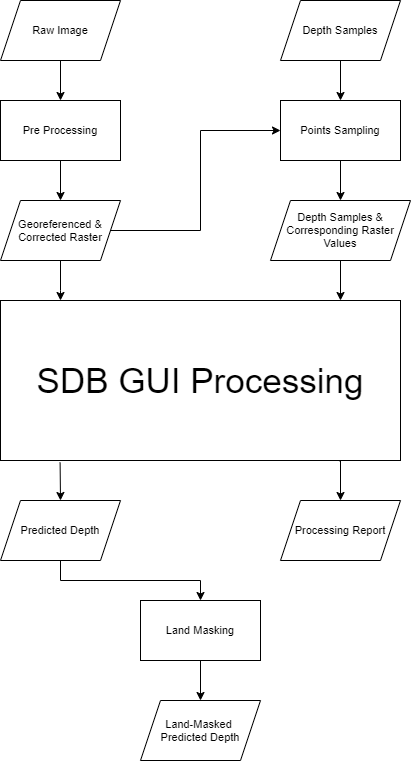
This is workflow_sdb_gui.png from rifqiharrys/sdb_gui, a draw.io export, as it was before one commit. Source tidied: cells renumbered, new cells last; positions are measured from the earlier drawing's top-left corner, leaving out a move shared by most shapes. Source of this version:
```xml
<mxGraphModel>
  <root>
    <mxCell id="0" />
    <mxCell id="1" parent="0" />
    <mxCell id="2" style="edgeStyle=orthogonalEdgeStyle;rounded=0;jettySize=auto;html=1;exitX=1;exitY=0.5;exitDx=0;exitDy=0;entryX=0;entryY=0.5;entryDx=0;entryDy=0;fontSize=11;" parent="1" edge="1" source="4" target="10">
      <mxGeometry relative="1" as="geometry" />
    </mxCell>
    <mxCell id="3" style="edgeStyle=orthogonalEdgeStyle;rounded=0;jettySize=auto;html=1;" parent="1" edge="1" source="4" target="15">
      <mxGeometry relative="1" as="geometry">
        <Array as="points">
          <mxPoint x="60" y="290" />
          <mxPoint x="60" y="290" />
        </Array>
      </mxGeometry>
    </mxCell>
    <mxCell id="4" value="Georeferenced &amp;amp; Corrected Raster" style="shape=parallelogram;perimeter=parallelogramPerimeter;whiteSpace=wrap;html=1;fixedSize=1;fontSize=11;" parent="1" vertex="1">
      <mxGeometry y="200" width="120" height="60" as="geometry" />
    </mxCell>
    <mxCell id="5" style="edgeStyle=orthogonalEdgeStyle;rounded=0;jettySize=auto;html=1;" parent="1" edge="1" source="6" target="15">
      <mxGeometry relative="1" as="geometry">
        <Array as="points">
          <mxPoint x="340" y="300" />
          <mxPoint x="340" y="300" />
        </Array>
      </mxGeometry>
    </mxCell>
    <mxCell id="6" value="Depth Samples &amp;amp; Corresponding Raster Values" style="shape=parallelogram;perimeter=parallelogramPerimeter;whiteSpace=wrap;html=1;fixedSize=1;fontSize=11;" parent="1" vertex="1">
      <mxGeometry x="270" y="200" width="140" height="60" as="geometry" />
    </mxCell>
    <mxCell id="7" style="edgeStyle=orthogonalEdgeStyle;rounded=0;jettySize=auto;html=1;fontSize=11;" parent="1" edge="1" source="8" target="4">
      <mxGeometry relative="1" as="geometry" />
    </mxCell>
    <mxCell id="8" value="Pre Processing" style="rounded=0;whiteSpace=wrap;html=1;fontSize=11;" parent="1" vertex="1">
      <mxGeometry y="100" width="120" height="60" as="geometry" />
    </mxCell>
    <mxCell id="9" style="edgeStyle=orthogonalEdgeStyle;rounded=0;jettySize=auto;html=1;fontSize=11;" parent="1" edge="1" source="10" target="6">
      <mxGeometry relative="1" as="geometry" />
    </mxCell>
    <mxCell id="10" value="Points Sampling" style="rounded=0;whiteSpace=wrap;html=1;fontSize=11;" parent="1" vertex="1">
      <mxGeometry x="280" y="100" width="120" height="60" as="geometry" />
    </mxCell>
    <mxCell id="11" style="edgeStyle=orthogonalEdgeStyle;rounded=0;jettySize=auto;html=1;fontSize=11;" parent="1" edge="1" source="12" target="8">
      <mxGeometry relative="1" as="geometry" />
    </mxCell>
    <mxCell id="12" value="Raw Image" style="shape=parallelogram;perimeter=parallelogramPerimeter;whiteSpace=wrap;html=1;fixedSize=1;fontSize=11;" parent="1" vertex="1">
      <mxGeometry width="120" height="60" as="geometry" />
    </mxCell>
    <mxCell id="13" style="edgeStyle=orthogonalEdgeStyle;rounded=0;jettySize=auto;html=1;exitX=0.847;exitY=1.002;exitDx=0;exitDy=0;entryX=0.5;entryY=0;entryDx=0;entryDy=0;fontSize=11;exitPerimeter=0;" parent="1" edge="1" source="15" target="20">
      <mxGeometry relative="1" as="geometry" />
    </mxCell>
    <mxCell id="14" style="edgeStyle=orthogonalEdgeStyle;rounded=0;jettySize=auto;html=1;exitX=0.149;exitY=1.013;exitDx=0;exitDy=0;entryX=0.5;entryY=0;entryDx=0;entryDy=0;fontSize=11;exitPerimeter=0;" parent="1" edge="1" source="15" target="19">
      <mxGeometry relative="1" as="geometry" />
    </mxCell>
    <mxCell id="15" value="&lt;font style=&quot;font-size: 35px&quot;&gt;SDB GUI Processing&lt;/font&gt;" style="rounded=0;whiteSpace=wrap;html=1;" parent="1" vertex="1">
      <mxGeometry y="300" width="400" height="160" as="geometry" />
    </mxCell>
    <mxCell id="16" style="edgeStyle=orthogonalEdgeStyle;rounded=0;jettySize=auto;html=1;fontSize=11;" parent="1" edge="1" source="17" target="10">
      <mxGeometry relative="1" as="geometry" />
    </mxCell>
    <mxCell id="17" value="Depth Samples" style="shape=parallelogram;perimeter=parallelogramPerimeter;whiteSpace=wrap;html=1;fixedSize=1;fontSize=11;" parent="1" vertex="1">
      <mxGeometry x="280" width="120" height="60" as="geometry" />
    </mxCell>
    <mxCell id="18" style="edgeStyle=orthogonalEdgeStyle;rounded=0;jettySize=auto;html=1;fontSize=11;exitX=0.5;exitY=1;exitDx=0;exitDy=0;" parent="1" edge="1" source="19" target="22">
      <mxGeometry relative="1" as="geometry" />
    </mxCell>
    <mxCell id="19" value="Predicted Depth" style="shape=parallelogram;perimeter=parallelogramPerimeter;whiteSpace=wrap;html=1;fixedSize=1;fontSize=11;" parent="1" vertex="1">
      <mxGeometry y="500" width="120" height="60" as="geometry" />
    </mxCell>
    <mxCell id="20" value="Processing Report" style="shape=parallelogram;perimeter=parallelogramPerimeter;whiteSpace=wrap;html=1;fixedSize=1;fontSize=11;" parent="1" vertex="1">
      <mxGeometry x="280" y="500" width="120" height="60" as="geometry" />
    </mxCell>
    <mxCell id="21" style="edgeStyle=orthogonalEdgeStyle;rounded=0;jettySize=auto;html=1;fontSize=11;" parent="1" edge="1" source="22" target="23">
      <mxGeometry relative="1" as="geometry" />
    </mxCell>
    <mxCell id="22" value="Land Masking" style="rounded=0;whiteSpace=wrap;html=1;fontSize=11;" parent="1" vertex="1">
      <mxGeometry x="140" y="600" width="120" height="60" as="geometry" />
    </mxCell>
    <mxCell id="23" value="Land-Masked &lt;br&gt;Predicted Depth" style="shape=parallelogram;perimeter=parallelogramPerimeter;whiteSpace=wrap;html=1;fixedSize=1;fontSize=11;" parent="1" vertex="1">
      <mxGeometry x="140" y="700" width="120" height="60" as="geometry" />
    </mxCell>
  </root>
</mxGraphModel>
```
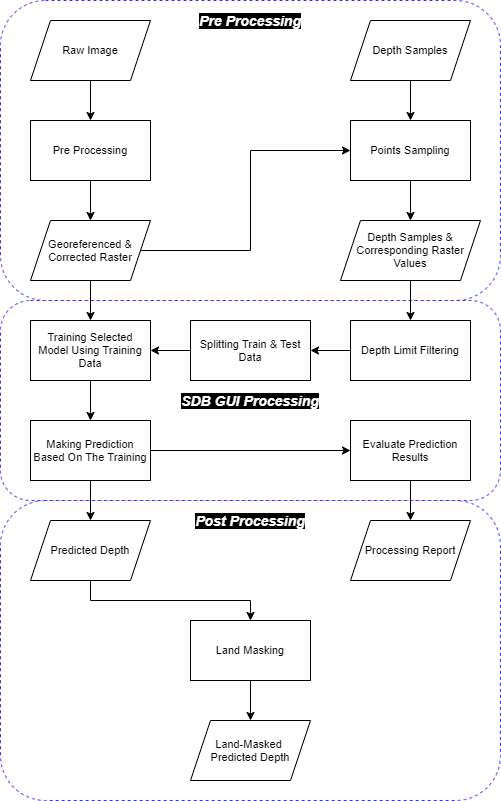
After the commit.

Commit message:
edit workflow diagram

Diff of the diagram source:
```diff
@@ -2,81 +2,113 @@
   <root>
     <mxCell id="0" />
     <mxCell id="1" parent="0" />
-    <mxCell id="2" style="edgeStyle=orthogonalEdgeStyle;rounded=0;jettySize=auto;html=1;exitX=1;exitY=0.5;exitDx=0;exitDy=0;entryX=0;entryY=0.5;entryDx=0;entryDy=0;fontSize=11;" parent="1" edge="1" source="4" target="10">
-      <mxGeometry relative="1" as="geometry" />
+    <mxCell id="2" style="rounded=1;whiteSpace=wrap;html=1;dashed=1;fillColor=#FFFFFF;strokeColor=#3333FF;glass=0;shadow=0;sketch=0;perimeterSpacing=0;" parent="1" vertex="1">
+      <mxGeometry x="-50" y="480" width="500" height="300" as="geometry" />
     </mxCell>
-    <mxCell id="3" style="edgeStyle=orthogonalEdgeStyle;rounded=0;jettySize=auto;html=1;" parent="1" edge="1" source="4" target="15">
-      <mxGeometry relative="1" as="geometry">
-        <Array as="points">
-          <mxPoint x="60" y="290" />
-          <mxPoint x="60" y="290" />
-        </Array>
-      </mxGeometry>
+    <mxCell id="3" style="rounded=1;whiteSpace=wrap;html=1;dashed=1;fillColor=#FFFFFF;strokeColor=#3333FF;glass=0;shadow=0;sketch=0;perimeterSpacing=0;" parent="1" vertex="1">
+      <mxGeometry x="-50" y="-20" width="500" height="300" as="geometry" />
     </mxCell>
-    <mxCell id="4" value="Georeferenced &amp;amp; Corrected Raster" style="shape=parallelogram;perimeter=parallelogramPerimeter;whiteSpace=wrap;html=1;fixedSize=1;fontSize=11;" parent="1" vertex="1">
-      <mxGeometry y="200" width="120" height="60" as="geometry" />
+    <mxCell id="4" style="rounded=1;whiteSpace=wrap;html=1;dashed=1;fillColor=#FFFFFF;strokeColor=#3333FF;glass=0;shadow=0;sketch=0;perimeterSpacing=0;" parent="1" vertex="1">
+      <mxGeometry x="-50" y="280" width="500" height="200" as="geometry" />
     </mxCell>
-    <mxCell id="5" style="edgeStyle=orthogonalEdgeStyle;rounded=0;jettySize=auto;html=1;" parent="1" edge="1" source="6" target="15">
-      <mxGeometry relative="1" as="geometry">
-        <Array as="points">
-          <mxPoint x="340" y="300" />
-          <mxPoint x="340" y="300" />
-        </Array>
-      </mxGeometry>
+    <mxCell id="5" style="edgeStyle=orthogonalEdgeStyle;rounded=0;jettySize=auto;html=1;exitX=1;exitY=0.5;exitDx=0;exitDy=0;entryX=0;entryY=0.5;entryDx=0;entryDy=0;fontSize=11;" parent="1" edge="1" source="7" target="13">
+      <mxGeometry relative="1" as="geometry" />
     </mxCell>
-    <mxCell id="6" value="Depth Samples &amp;amp; Corresponding Raster Values" style="shape=parallelogram;perimeter=parallelogramPerimeter;whiteSpace=wrap;html=1;fixedSize=1;fontSize=11;" parent="1" vertex="1">
-      <mxGeometry x="270" y="200" width="140" height="60" as="geometry" />
+    <mxCell id="6" style="edgeStyle=orthogonalEdgeStyle;rounded=0;jettySize=auto;html=1;entryX=0.5;entryY=0;entryDx=0;entryDy=0;" parent="1" edge="1" source="7" target="31">
+      <mxGeometry relative="1" as="geometry" />
     </mxCell>
-    <mxCell id="7" style="edgeStyle=orthogonalEdgeStyle;rounded=0;jettySize=auto;html=1;fontSize=11;" parent="1" edge="1" source="8" target="4">
-      <mxGeometry relative="1" as="geometry" />
+    <mxCell id="7" value="Georeferenced &amp;amp; Corrected Raster" style="shape=parallelogram;perimeter=parallelogramPerimeter;whiteSpace=wrap;html=1;fixedSize=1;fontSize=11;" parent="1" vertex="1">
+      <mxGeometry x="-20" y="200" width="120" height="60" as="geometry" />
     </mxCell>
-    <mxCell id="8" value="Pre Processing" style="rounded=0;whiteSpace=wrap;html=1;fontSize=11;" parent="1" vertex="1">
-      <mxGeometry y="100" width="120" height="60" as="geometry" />
+    <mxCell id="8" style="edgeStyle=orthogonalEdgeStyle;rounded=0;jettySize=auto;html=1;entryX=0.5;entryY=0;entryDx=0;entryDy=0;" parent="1" edge="1" source="9" target="27">
+      <mxGeometry relative="1" as="geometry" />
     </mxCell>
-    <mxCell id="9" style="edgeStyle=orthogonalEdgeStyle;rounded=0;jettySize=auto;html=1;fontSize=11;" parent="1" edge="1" source="10" target="6">
-      <mxGeometry relative="1" as="geometry" />
+    <mxCell id="9" value="Depth Samples &amp;amp; Corresponding Raster Values" style="shape=parallelogram;perimeter=parallelogramPerimeter;whiteSpace=wrap;html=1;fixedSize=1;fontSize=11;" parent="1" vertex="1">
+      <mxGeometry x="290" y="200" width="140" height="60" as="geometry" />
     </mxCell>
-    <mxCell id="10" value="Points Sampling" style="rounded=0;whiteSpace=wrap;html=1;fontSize=11;" parent="1" vertex="1">
-      <mxGeometry x="280" y="100" width="120" height="60" as="geometry" />
+    <mxCell id="10" style="edgeStyle=orthogonalEdgeStyle;rounded=0;jettySize=auto;html=1;fontSize=11;" parent="1" edge="1" source="11" target="7">
+      <mxGeometry relative="1" as="geometry" />
     </mxCell>
-    <mxCell id="11" style="edgeStyle=orthogonalEdgeStyle;rounded=0;jettySize=auto;html=1;fontSize=11;" parent="1" edge="1" source="12" target="8">
-      <mxGeometry relative="1" as="geometry" />
+    <mxCell id="11" value="Pre Processing" style="rounded=0;whiteSpace=wrap;html=1;fontSize=11;" parent="1" vertex="1">
+      <mxGeometry x="-20" y="100" width="120" height="60" as="geometry" />
     </mxCell>
-    <mxCell id="12" value="Raw Image" style="shape=parallelogram;perimeter=parallelogramPerimeter;whiteSpace=wrap;html=1;fixedSize=1;fontSize=11;" parent="1" vertex="1">
-      <mxGeometry width="120" height="60" as="geometry" />
+    <mxCell id="12" style="edgeStyle=orthogonalEdgeStyle;rounded=0;jettySize=auto;html=1;fontSize=11;" parent="1" edge="1" source="13" target="9">
+      <mxGeometry relative="1" as="geometry" />
     </mxCell>
-    <mxCell id="13" style="edgeStyle=orthogonalEdgeStyle;rounded=0;jettySize=auto;html=1;exitX=0.847;exitY=1.002;exitDx=0;exitDy=0;entryX=0.5;entryY=0;entryDx=0;entryDy=0;fontSize=11;exitPerimeter=0;" parent="1" edge="1" source="15" target="20">
-      <mxGeometry relative="1" as="geometry" />
+    <mxCell id="13" value="Points Sampling" style="rounded=0;whiteSpace=wrap;html=1;fontSize=11;" parent="1" vertex="1">
+      <mxGeometry x="300" y="100" width="120" height="60" as="geometry" />
     </mxCell>
-    <mxCell id="14" style="edgeStyle=orthogonalEdgeStyle;rounded=0;jettySize=auto;html=1;exitX=0.149;exitY=1.013;exitDx=0;exitDy=0;entryX=0.5;entryY=0;entryDx=0;entryDy=0;fontSize=11;exitPerimeter=0;" parent="1" edge="1" source="15" target="19">
+    <mxCell id="14" style="edgeStyle=orthogonalEdgeStyle;rounded=0;jettySize=auto;html=1;fontSize=11;" parent="1" edge="1" source="15" target="11">
       <mxGeometry relative="1" as="geometry" />
     </mxCell>
-    <mxCell id="15" value="&lt;font style=&quot;font-size: 35px&quot;&gt;SDB GUI Processing&lt;/font&gt;" style="rounded=0;whiteSpace=wrap;html=1;" parent="1" vertex="1">
-      <mxGeometry y="300" width="400" height="160" as="geometry" />
+    <mxCell id="15" value="Raw Image" style="shape=parallelogram;perimeter=parallelogramPerimeter;whiteSpace=wrap;html=1;fixedSize=1;fontSize=11;" parent="1" vertex="1">
+      <mxGeometry x="-20" width="120" height="60" as="geometry" />
     </mxCell>
-    <mxCell id="16" style="edgeStyle=orthogonalEdgeStyle;rounded=0;jettySize=auto;html=1;fontSize=11;" parent="1" edge="1" source="17" target="10">
+    <mxCell id="16" style="edgeStyle=orthogonalEdgeStyle;rounded=0;jettySize=auto;html=1;entryX=0.5;entryY=0;entryDx=0;entryDy=0;fontSize=11;exitX=0.5;exitY=1;exitDx=0;exitDy=0;" parent="1" edge="1" source="34" target="22">
       <mxGeometry relative="1" as="geometry" />
     </mxCell>
-    <mxCell id="17" value="Depth Samples" style="shape=parallelogram;perimeter=parallelogramPerimeter;whiteSpace=wrap;html=1;fixedSize=1;fontSize=11;" parent="1" vertex="1">
-      <mxGeometry x="280" width="120" height="60" as="geometry" />
+    <mxCell id="17" style="edgeStyle=orthogonalEdgeStyle;rounded=0;jettySize=auto;html=1;entryX=0.5;entryY=0;entryDx=0;entryDy=0;fontSize=11;" parent="1" edge="1" source="33" target="21">
+      <mxGeometry relative="1" as="geometry" />
     </mxCell>
-    <mxCell id="18" style="edgeStyle=orthogonalEdgeStyle;rounded=0;jettySize=auto;html=1;fontSize=11;exitX=0.5;exitY=1;exitDx=0;exitDy=0;" parent="1" edge="1" source="19" target="22">
+    <mxCell id="18" style="edgeStyle=orthogonalEdgeStyle;rounded=0;jettySize=auto;html=1;fontSize=11;" parent="1" edge="1" source="19" target="13">
       <mxGeometry relative="1" as="geometry" />
     </mxCell>
-    <mxCell id="19" value="Predicted Depth" style="shape=parallelogram;perimeter=parallelogramPerimeter;whiteSpace=wrap;html=1;fixedSize=1;fontSize=11;" parent="1" vertex="1">
-      <mxGeometry y="500" width="120" height="60" as="geometry" />
+    <mxCell id="19" value="Depth Samples" style="shape=parallelogram;perimeter=parallelogramPerimeter;whiteSpace=wrap;html=1;fixedSize=1;fontSize=11;" parent="1" vertex="1">
+      <mxGeometry x="300" width="120" height="60" as="geometry" />
     </mxCell>
-    <mxCell id="20" value="Processing Report" style="shape=parallelogram;perimeter=parallelogramPerimeter;whiteSpace=wrap;html=1;fixedSize=1;fontSize=11;" parent="1" vertex="1">
-      <mxGeometry x="280" y="500" width="120" height="60" as="geometry" />
+    <mxCell id="20" style="edgeStyle=orthogonalEdgeStyle;rounded=0;jettySize=auto;html=1;fontSize=11;exitX=0.5;exitY=1;exitDx=0;exitDy=0;" parent="1" edge="1" source="21" target="24">
+      <mxGeometry relative="1" as="geometry" />
     </mxCell>
-    <mxCell id="21" style="edgeStyle=orthogonalEdgeStyle;rounded=0;jettySize=auto;html=1;fontSize=11;" parent="1" edge="1" source="22" target="23">
-      <mxGeometry relative="1" as="geometry" />
+    <mxCell id="21" value="Predicted Depth" style="shape=parallelogram;perimeter=parallelogramPerimeter;whiteSpace=wrap;html=1;fixedSize=1;fontSize=11;" parent="1" vertex="1">
+      <mxGeometry x="-20" y="500" width="120" height="60" as="geometry" />
     </mxCell>
-    <mxCell id="22" value="Land Masking" style="rounded=0;whiteSpace=wrap;html=1;fontSize=11;" parent="1" vertex="1">
-      <mxGeometry x="140" y="600" width="120" height="60" as="geometry" />
+    <mxCell id="22" value="Processing Report" style="shape=parallelogram;perimeter=parallelogramPerimeter;whiteSpace=wrap;html=1;fixedSize=1;fontSize=11;" parent="1" vertex="1">
+      <mxGeometry x="300" y="500" width="120" height="60" as="geometry" />
     </mxCell>
-    <mxCell id="23" value="Land-Masked &lt;br&gt;Predicted Depth" style="shape=parallelogram;perimeter=parallelogramPerimeter;whiteSpace=wrap;html=1;fixedSize=1;fontSize=11;" parent="1" vertex="1">
-      <mxGeometry x="140" y="700" width="120" height="60" as="geometry" />
+    <mxCell id="23" style="edgeStyle=orthogonalEdgeStyle;rounded=0;jettySize=auto;html=1;fontSize=11;" parent="1" edge="1" source="24" target="25">
+      <mxGeometry relative="1" as="geometry" />
     </mxCell>
+    <mxCell id="24" value="Land Masking" style="rounded=0;whiteSpace=wrap;html=1;fontSize=11;" parent="1" vertex="1">
+      <mxGeometry x="140" y="600" width="120" height="60" as="geometry" />
+    </mxCell>
+    <mxCell id="25" value="Land-Masked &lt;br&gt;Predicted Depth" style="shape=parallelogram;perimeter=parallelogramPerimeter;whiteSpace=wrap;html=1;fixedSize=1;fontSize=11;" parent="1" vertex="1">
+      <mxGeometry x="140" y="700" width="120" height="60" as="geometry" />
+    </mxCell>
+    <mxCell id="26" style="edgeStyle=orthogonalEdgeStyle;rounded=0;jettySize=auto;html=1;exitX=0;exitY=0.5;exitDx=0;exitDy=0;entryX=1;entryY=0.5;entryDx=0;entryDy=0;" parent="1" edge="1" source="27" target="29">
+      <mxGeometry relative="1" as="geometry" />
+    </mxCell>
+    <mxCell id="27" value="Depth Limit Filtering" style="rounded=0;whiteSpace=wrap;html=1;fontSize=11;" parent="1" vertex="1">
+      <mxGeometry x="300" y="300" width="120" height="60" as="geometry" />
+    </mxCell>
+    <mxCell id="28" style="edgeStyle=orthogonalEdgeStyle;rounded=0;jettySize=auto;html=1;exitX=0;exitY=0.5;exitDx=0;exitDy=0;entryX=1;entryY=0.5;entryDx=0;entryDy=0;" parent="1" edge="1" source="29" target="31">
+      <mxGeometry relative="1" as="geometry" />
+    </mxCell>
+    <mxCell id="29" value="Splitting Train &amp;amp; Test Data" style="rounded=0;whiteSpace=wrap;html=1;fontSize=11;" parent="1" vertex="1">
+      <mxGeometry x="140" y="300" width="120" height="60" as="geometry" />
+    </mxCell>
+    <mxCell id="30" style="edgeStyle=orthogonalEdgeStyle;rounded=0;jettySize=auto;html=1;exitX=0.5;exitY=1;exitDx=0;exitDy=0;" parent="1" edge="1" source="31" target="33">
+      <mxGeometry relative="1" as="geometry" />
+    </mxCell>
+    <mxCell id="31" value="Training Selected Model Using Training Data" style="rounded=0;whiteSpace=wrap;html=1;fontSize=11;" parent="1" vertex="1">
+      <mxGeometry x="-20" y="300" width="120" height="60" as="geometry" />
+    </mxCell>
+    <mxCell id="32" style="edgeStyle=orthogonalEdgeStyle;rounded=0;jettySize=auto;html=1;exitX=1;exitY=0.5;exitDx=0;exitDy=0;entryX=0;entryY=0.5;entryDx=0;entryDy=0;" parent="1" edge="1" source="33" target="34">
+      <mxGeometry relative="1" as="geometry" />
+    </mxCell>
+    <mxCell id="33" value="Making Prediction Based On The Training" style="rounded=0;whiteSpace=wrap;html=1;fontSize=11;" parent="1" vertex="1">
+      <mxGeometry x="-20" y="400" width="120" height="60" as="geometry" />
+    </mxCell>
+    <mxCell id="34" value="Evaluate Prediction Results" style="rounded=0;whiteSpace=wrap;html=1;fontSize=11;" parent="1" vertex="1">
+      <mxGeometry x="300" y="400" width="120" height="60" as="geometry" />
+    </mxCell>
+    <mxCell id="35" value="&lt;span style=&quot;font-size: 14px;&quot;&gt;SDB GUI Processing&lt;/span&gt;" style="text;html=1;strokeColor=none;fillColor=none;align=center;verticalAlign=middle;whiteSpace=wrap;rounded=0;dashed=1;fontStyle=3;labelBackgroundColor=#000000;fontColor=#FFFFFF;fontSize=14;" parent="1" vertex="1">
+      <mxGeometry x="130" y="370" width="140" height="20" as="geometry" />
+    </mxCell>
+    <mxCell id="36" value="&lt;span style=&quot;font-size: 14px;&quot;&gt;Pre Processing&lt;/span&gt;" style="text;html=1;strokeColor=none;fillColor=none;align=center;verticalAlign=middle;whiteSpace=wrap;rounded=0;dashed=1;fontStyle=3;labelBackgroundColor=#000000;fontColor=#FFFFFF;fontSize=14;" parent="1" vertex="1">
+      <mxGeometry x="130" y="-10" width="140" height="20" as="geometry" />
+    </mxCell>
+    <mxCell id="37" value="&lt;span style=&quot;font-size: 14px;&quot;&gt;Post Processing&lt;/span&gt;" style="text;html=1;strokeColor=none;fillColor=none;align=center;verticalAlign=middle;whiteSpace=wrap;rounded=0;dashed=1;fontStyle=3;labelBackgroundColor=#000000;fontColor=#FFFFFF;fontSize=14;" parent="1" vertex="1">
+      <mxGeometry x="130" y="490" width="140" height="20" as="geometry" />
+    </mxCell>
   </root>
 </mxGraphModel>
```
